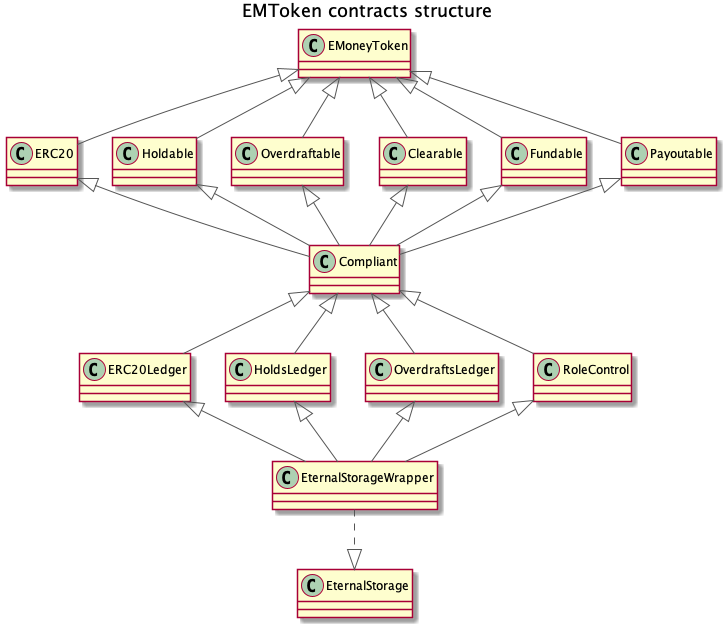
This is diagrams/contracts_structure.png from natiboston/EM-Token, a PlantUML export, as it was before one commit. Source of this version:
```plantuml
@startuml
title EMToken contracts structure
hide footbox

skinparam {
  ActorBorderColor #555555
  ParticipantBorderColor #555555
  BoundaryBorderColor #555555
  ArrowColor #555555
  SequenceLifeLineBorderColor #555555
  SequenceBoxBorderColor #FFFFFF
  NoteBorderColor #555555
  NoteBackgroundColor #DDDDDD
}

class EMoneyToken {
}

class ERC20 {
}

class Holdable {
}

class Overdraftable {
}

class Clearable {
}

class Fundable {
}

class Payoutable {
}

class Compliant {
}

class ERC20Ledger {
}

class HoldsLedger {
}

class OverdraftsLedger {
}

class RoleControl {
}

class EternalStorageWrapper {
}

class EternalStorage {
}

EMoneyToken <|-- ERC20
EMoneyToken <|-- Holdable
EMoneyToken <|-- Overdraftable
EMoneyToken <|-- Clearable
EMoneyToken <|-- Fundable
EMoneyToken <|-- Payoutable

ERC20 <|-- Compliant
Holdable <|-- Compliant
Overdraftable <|-- Compliant
Clearable <|-- Compliant
Fundable <|-- Compliant
Payoutable <|-- Compliant

Compliant <|-- ERC20Ledger
Compliant <|-- HoldsLedger
Compliant <|-- OverdraftsLedger
Compliant <|-- RoleControl

ERC20Ledger <|-- EternalStorageWrapper
HoldsLedger <|-- EternalStorageWrapper
OverdraftsLedger <|-- EternalStorageWrapper
RoleControl <|-- EternalStorageWrapper

EternalStorageWrapper ..|> EternalStorage

@enduml
```
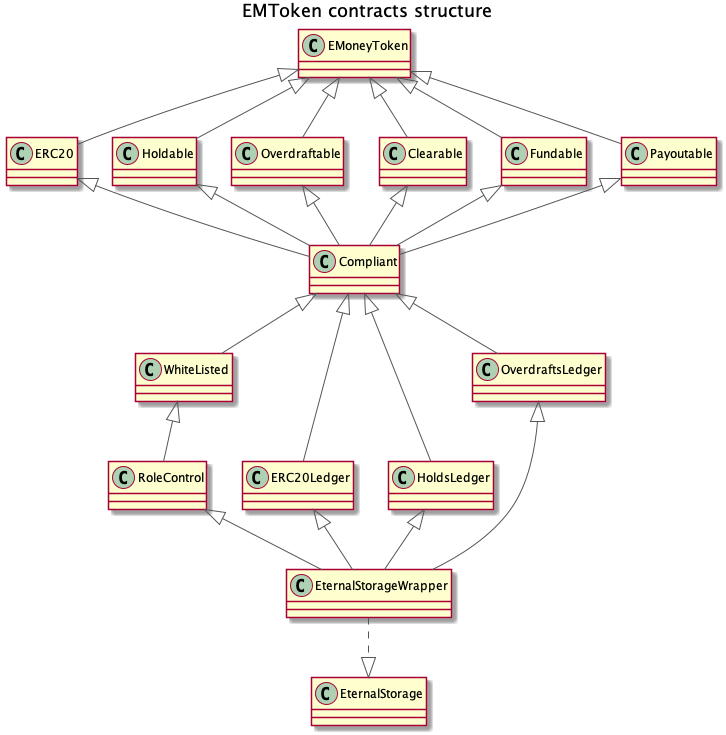
The same diagram one commit later.

What changed in the source:
```diff
@@ -37,6 +37,12 @@
 class Compliant {
 }
 
+class WhiteListed {
+}
+
+class RoleControl {
+}
+
 class ERC20Ledger {
 }
 
@@ -44,9 +50,6 @@
 }
 
 class OverdraftsLedger {
-}
-
-class RoleControl {
 }
 
 class EternalStorageWrapper {
@@ -69,10 +72,13 @@
 Fundable <|-- Compliant
 Payoutable <|-- Compliant
 
+Compliant <|-- WhiteListed
+WhiteListed <|-- RoleControl
+
 Compliant <|-- ERC20Ledger
 Compliant <|-- HoldsLedger
 Compliant <|-- OverdraftsLedger
-Compliant <|-- RoleControl
+
 
 ERC20Ledger <|-- EternalStorageWrapper
 HoldsLedger <|-- EternalStorageWrapper
```
